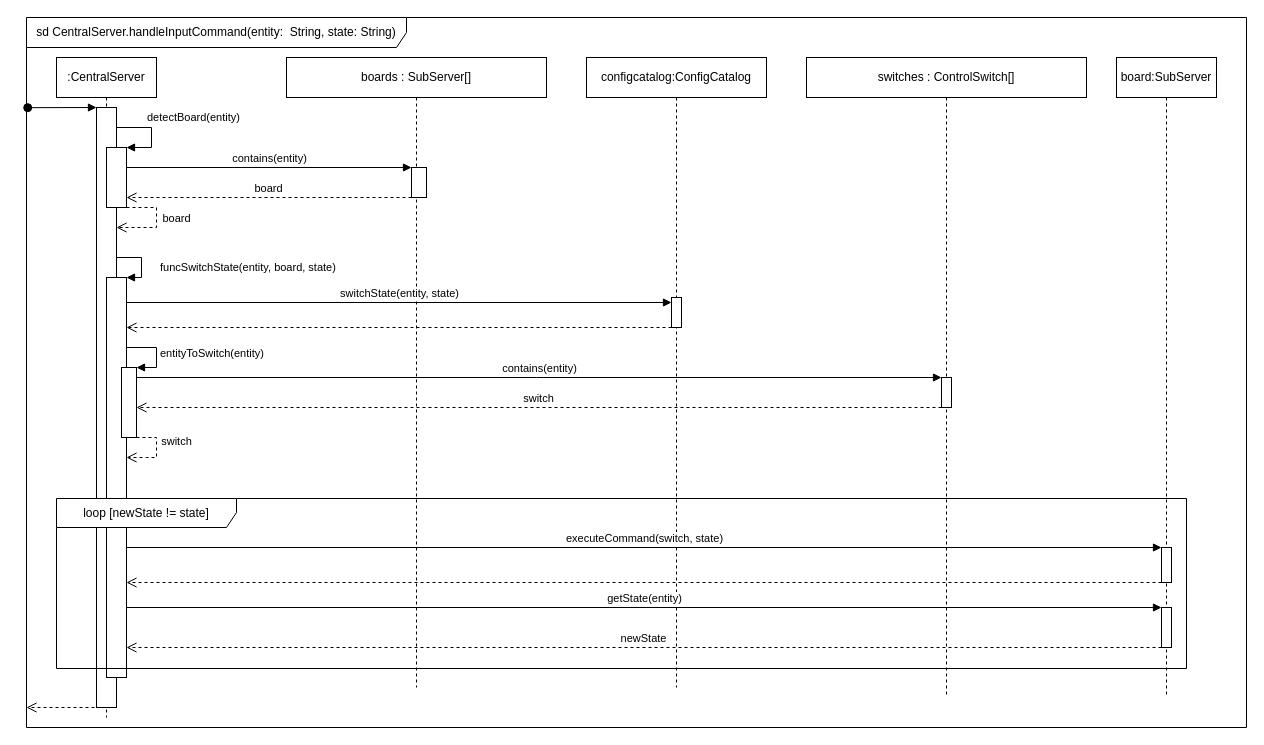
tireks/OOAP keeps this draw.io diagram as LAB2/diagramPosl.drawio. Above is the earlier version. Source tidied: cells renumbered, new cells numbered last; positions are measured from the earlier drawing's top-left corner, leaving out a move shared by most shapes. Both pictures are drawn from the tidied source at 100%, with x=0, y=0 at pixel (26, 17).
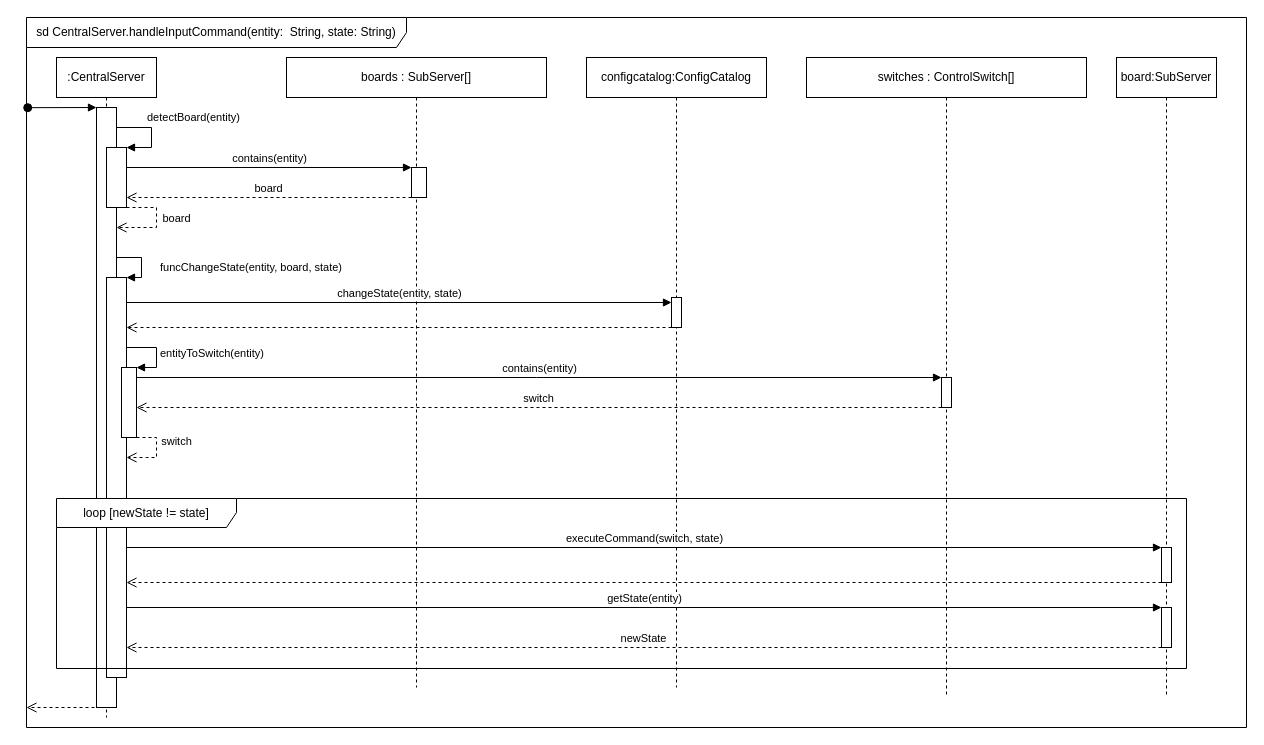
After the change.

The change refers to these unchanged cells:
```xml
<mxCell id="2" value=":CentralServer" style="shape=umlLifeline;perimeter=lifelinePerimeter;whiteSpace=wrap;html=1;newEdgeStyle={&quot;curved&quot;:0,&quot;rounded&quot;:0};" parent="1" vertex="1">
  <mxGeometry x="30" y="40" width="100" height="660" as="geometry" />
</mxCell>
<mxCell id="3" style="html=1;points=[[0,0,0,0,5],[0,1,0,0,-5],[1,0,0,0,5],[1,1,0,0,-5]];perimeter=orthogonalPerimeter;outlineConnect=0;targetShapes=umlLifeline;portConstraint=eastwest;newEdgeStyle={&quot;curved&quot;:0,&quot;rounded&quot;:0};" parent="2" vertex="1">
  <mxGeometry x="40" y="50" width="20" height="600" as="geometry" />
</mxCell>
<mxCell id="7" style="html=1;points=[[0,0,0,0,5],[0,1,0,0,-5],[1,0,0,0,5],[1,1,0,0,-5]];perimeter=orthogonalPerimeter;outlineConnect=0;targetShapes=umlLifeline;portConstraint=eastwest;newEdgeStyle={&quot;curved&quot;:0,&quot;rounded&quot;:0};" parent="2" vertex="1">
  <mxGeometry x="50" y="220" width="20" height="400" as="geometry" />
</mxCell>
<mxCell id="16" style="html=1;points=[[0,0,0,0,5],[0,1,0,0,-5],[1,0,0,0,5],[1,1,0,0,-5]];perimeter=orthogonalPerimeter;outlineConnect=0;targetShapes=umlLifeline;portConstraint=eastwest;newEdgeStyle={&quot;curved&quot;:0,&quot;rounded&quot;:0};" parent="15" vertex="1">
  <mxGeometry x="85" y="240" width="10" height="30" as="geometry" />
</mxCell>
```

What changed in the source:
```diff
@@
-    <mxCell id="8" value="funcSwitchState(entity, board, state)" style="html=1;align=left;spacingLeft=2;endArrow=block;rounded=0;edgeStyle=orthogonalEdgeStyle;curved=0;rounded=0;" parent="2" edge="1" source="3">
+    <mxCell id="8" value="funcChangeState(entity, board, state)" style="html=1;align=left;spacingLeft=2;endArrow=block;rounded=0;edgeStyle=orthogonalEdgeStyle;curved=0;rounded=0;" parent="2" edge="1" source="3">
       <mxGeometry x="0.17" y="15" relative="1" as="geometry">
         <mxPoint x="70" y="220" as="targetPoint" />
         <Array as="points">
           <mxPoint x="85" y="200" />
           <mxPoint x="85" y="220" />
           <mxPoint x="70" y="220" />
         </Array>
       </mxGeometry>
     </mxCell>
@@
-    <mxCell id="17" value="switchState(entity, state)" style="html=1;verticalAlign=bottom;endArrow=block;curved=0;rounded=0;entryX=0;entryY=0;entryDx=0;entryDy=5;" parent="1" edge="1" source="7" target="16">
+    <mxCell id="17" value="changeState(entity, state)" style="html=1;verticalAlign=bottom;endArrow=block;curved=0;rounded=0;entryX=0;entryY=0;entryDx=0;entryDy=5;" parent="1" edge="1" source="7" target="16">
       <mxGeometry relative="1" as="geometry" />
     </mxCell>
```
